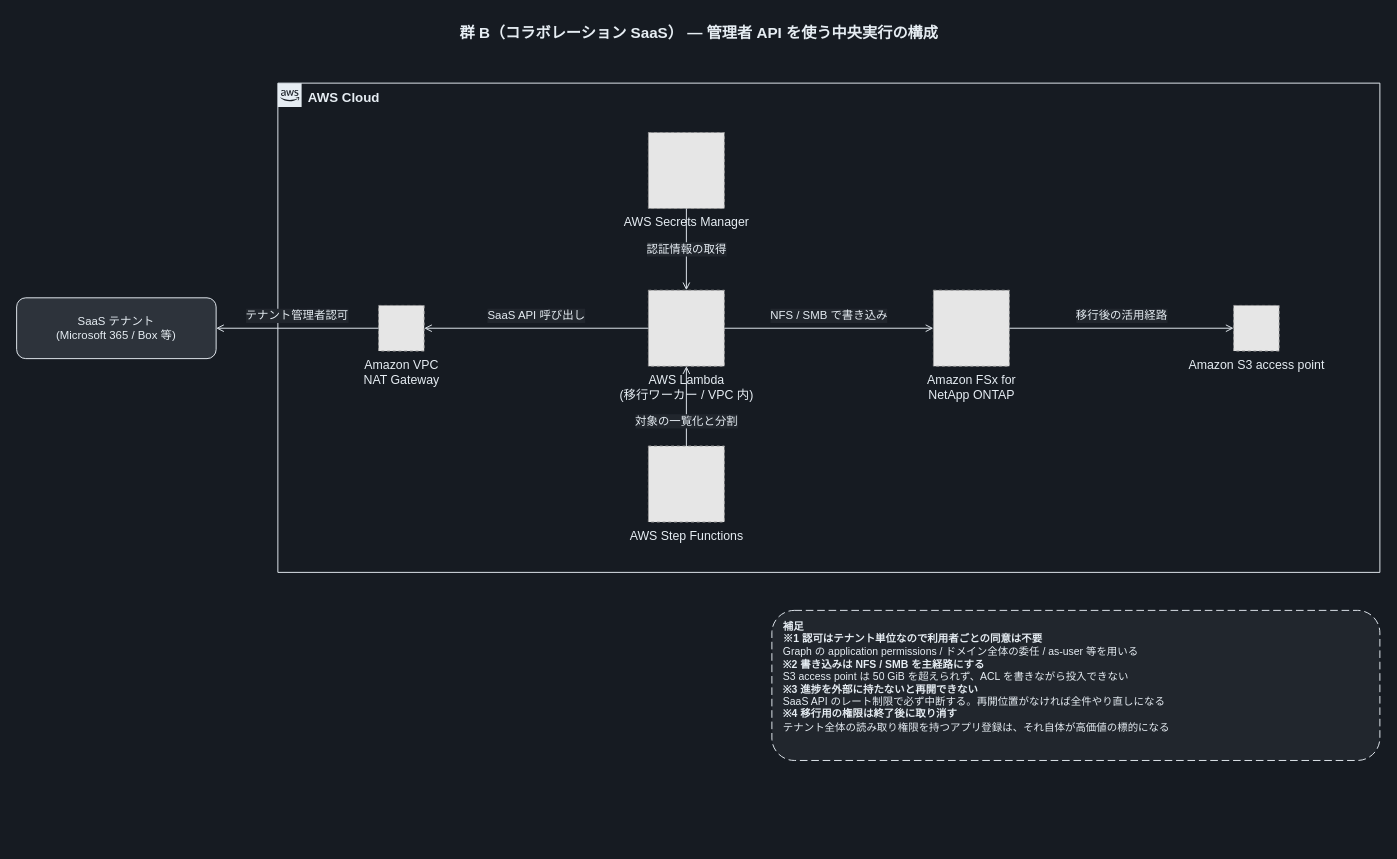
Above: docs/diagrams/dark/saas-migration-group-b-worker.drawio in Yoshiki0705/FSx-for-ONTAP-S3AccessPoints-Serverless-Patterns (draw.io), before the change. Source tidied: cells renumbered, new cells numbered last; positions are measured from the earlier drawing's top-left corner, leaving out a move shared by most shapes. Both pictures are drawn from the tidied source at 95%, with x=0, y=0 at pixel (16, 16). Pictures stored in the file or linked from it are replaced by grey dashed boxes.
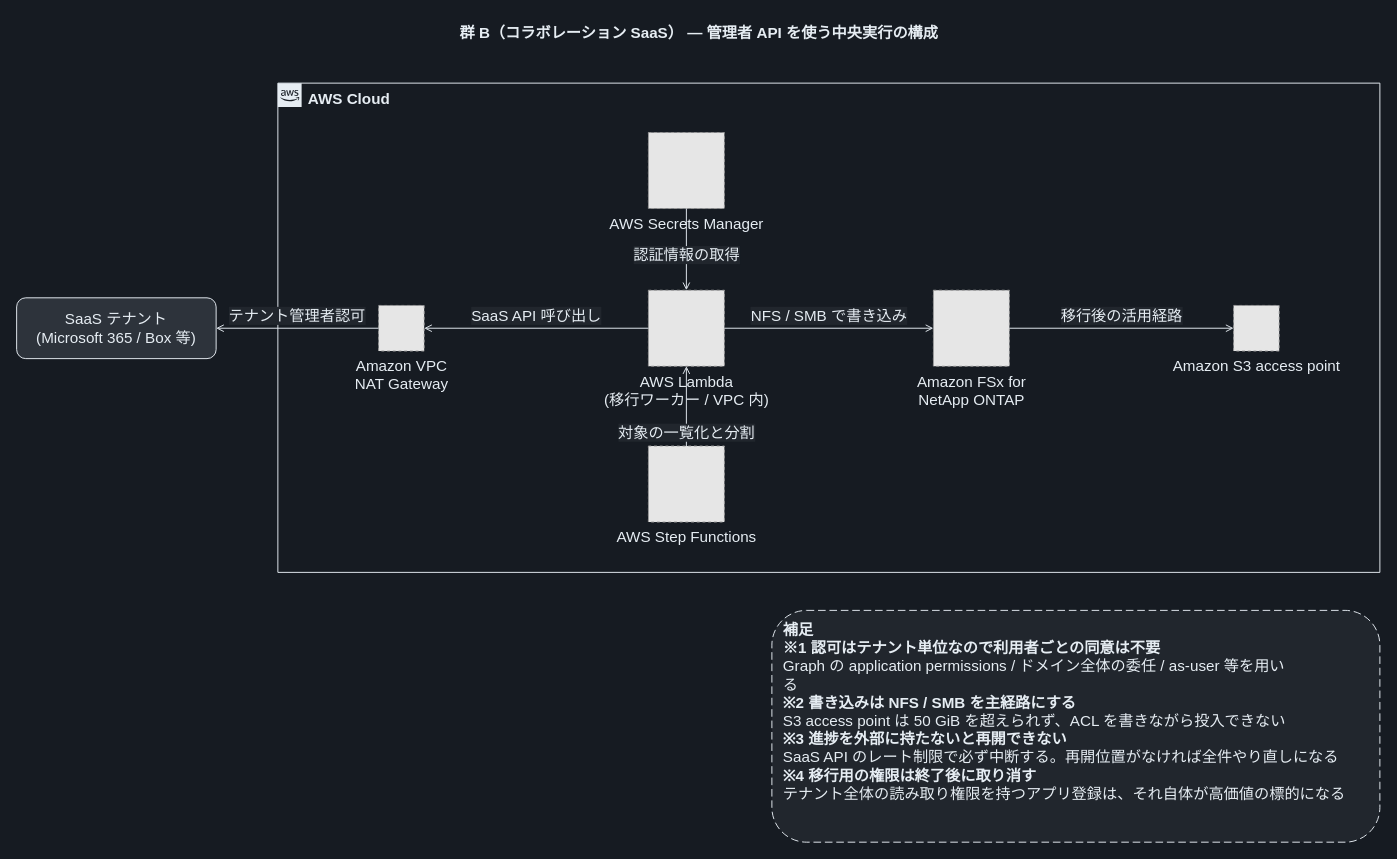
The same page after the edit.

Change to the diagram source:
```diff
@@
-    <mxCell id="3" value="AWS Cloud" style="gradientColor=none;html=1;whiteSpace=wrap;fontSize=14;fontStyle=1;shape=mxgraph.aws4.group;grIcon=mxgraph.aws4.group_aws_cloud_alt;strokeColor=#E6EDF3;fillColor=none;verticalAlign=top;align=left;spacingLeft=30;fontColor=#E6EDF3;dashed=0;" parent="1" vertex="1">
+    <mxCell id="3" value="AWS Cloud" style="gradientColor=none;html=1;whiteSpace=wrap;fontSize=16;fontStyle=1;shape=mxgraph.aws4.group;grIcon=mxgraph.aws4.group_aws_cloud_alt;strokeColor=#E6EDF3;fillColor=none;verticalAlign=top;align=left;spacingLeft=30;fontColor=#E6EDF3;dashed=0;" parent="1" vertex="1">
       <mxGeometry x="275" y="70" width="1160" height="515" as="geometry" />
     </mxCell>
-    <mxCell id="4" value="SaaS テナント&lt;br&gt;(Microsoft 365 / Box 等)" style="rounded=1;whiteSpace=wrap;html=1;dashed=0;strokeColor=#E6EDF3;fillColor=#2D333B;align=center;verticalAlign=middle;fontSize=12;fontColor=#E6EDF3;" parent="1" vertex="1">
+    <mxCell id="4" value="SaaS テナント&lt;br&gt;(Microsoft 365 / Box 等)" style="rounded=1;whiteSpace=wrap;html=1;dashed=0;strokeColor=#E6EDF3;fillColor=#2D333B;align=center;verticalAlign=middle;fontSize=16;fontColor=#E6EDF3;" parent="1" vertex="1">
       <mxGeometry y="296" width="210" height="64" as="geometry" />
     </mxCell>
-    <mxCell id="5" value="Amazon VPC&lt;br&gt;NAT Gateway" style="fillColor=#E6E6E6;strokeColor=#999999;dashed=1;html=1;verticalLabelPosition=bottom;verticalAlign=top;labelPosition=center;align=center;fontSize=13;fontColor=#E6EDF3;" parent="1" vertex="1">
+    <mxCell id="5" value="Amazon VPC&lt;br&gt;NAT Gateway" style="fillColor=#E6E6E6;strokeColor=#999999;dashed=1;html=1;verticalLabelPosition=bottom;verticalAlign=top;labelPosition=center;align=center;fontSize=16;fontColor=#E6EDF3;" parent="1" vertex="1">
       <mxGeometry x="381" y="304" width="48" height="48" as="geometry" />
     </mxCell>
-    <mxCell id="6" value="AWS Secrets Manager" style="fillColor=#E6E6E6;strokeColor=#999999;dashed=1;html=1;verticalLabelPosition=bottom;verticalAlign=top;labelPosition=center;align=center;fontSize=13;fontColor=#E6EDF3;" parent="1" vertex="1">
+    <mxCell id="6" value="AWS Secrets Manager" style="fillColor=#E6E6E6;strokeColor=#999999;dashed=1;html=1;verticalLabelPosition=bottom;verticalAlign=top;labelPosition=center;align=center;fontSize=16;fontColor=#E6EDF3;" parent="1" vertex="1">
       <mxGeometry x="665" y="122" width="80" height="80" as="geometry" />
     </mxCell>
-    <mxCell id="7" value="AWS Lambda&lt;br&gt;(移行ワーカー / VPC 内)" style="fillColor=#E6E6E6;strokeColor=#999999;dashed=1;html=1;verticalLabelPosition=bottom;verticalAlign=top;labelPosition=center;align=center;fontSize=13;fontColor=#E6EDF3;" parent="1" vertex="1">
+    <mxCell id="7" value="AWS Lambda&lt;br&gt;(移行ワーカー / VPC 内)" style="fillColor=#E6E6E6;strokeColor=#999999;dashed=1;html=1;verticalLabelPosition=bottom;verticalAlign=top;labelPosition=center;align=center;fontSize=16;fontColor=#E6EDF3;" parent="1" vertex="1">
       <mxGeometry x="665" y="288" width="80" height="80" as="geometry" />
     </mxCell>
-    <mxCell id="8" value="AWS Step Functions" style="fillColor=#E6E6E6;strokeColor=#999999;dashed=1;html=1;verticalLabelPosition=bottom;verticalAlign=top;labelPosition=center;align=center;fontSize=13;fontColor=#E6EDF3;" parent="1" vertex="1">
+    <mxCell id="8" value="AWS Step Functions" style="fillColor=#E6E6E6;strokeColor=#999999;dashed=1;html=1;verticalLabelPosition=bottom;verticalAlign=top;labelPosition=center;align=center;fontSize=16;fontColor=#E6EDF3;" parent="1" vertex="1">
       <mxGeometry x="665" y="452" width="80" height="80" as="geometry" />
     </mxCell>
-    <mxCell id="9" value="Amazon FSx for&lt;br&gt;NetApp ONTAP" style="fillColor=#E6E6E6;strokeColor=#999999;dashed=1;html=1;verticalLabelPosition=bottom;verticalAlign=top;labelPosition=center;align=center;fontSize=13;fontColor=#E6EDF3;" parent="1" vertex="1">
+    <mxCell id="9" value="Amazon FSx for&lt;br&gt;NetApp ONTAP" style="fillColor=#E6E6E6;strokeColor=#999999;dashed=1;html=1;verticalLabelPosition=bottom;verticalAlign=top;labelPosition=center;align=center;fontSize=16;fontColor=#E6EDF3;" parent="1" vertex="1">
       <mxGeometry x="965" y="288" width="80" height="80" as="geometry" />
     </mxCell>
-    <mxCell id="10" value="Amazon S3 access point" style="fillColor=#E6E6E6;strokeColor=#999999;dashed=1;html=1;verticalLabelPosition=bottom;verticalAlign=top;labelPosition=center;align=center;fontSize=13;fontColor=#E6EDF3;" parent="1" vertex="1">
+    <mxCell id="10" value="Amazon S3 access point" style="fillColor=#E6E6E6;strokeColor=#999999;dashed=1;html=1;verticalLabelPosition=bottom;verticalAlign=top;labelPosition=center;align=center;fontSize=16;fontColor=#E6EDF3;" parent="1" vertex="1">
       <mxGeometry x="1281" y="304" width="48" height="48" as="geometry" />
     </mxCell>
-    <mxCell id="11" value="SaaS API 呼び出し" style="edgeStyle=orthogonalEdgeStyle;rounded=0;jettySize=auto;html=1;endArrow=open;endFill=0;strokeColor=#E6EDF3;strokeWidth=1;fontSize=12;fontColor=#E6EDF3;labelBackgroundColor=#21262D;" parent="1" edge="1" source="7" target="5">
+    <mxCell id="11" value="SaaS API 呼び出し" style="edgeStyle=orthogonalEdgeStyle;rounded=0;jettySize=auto;html=1;endArrow=open;endFill=0;strokeColor=#E6EDF3;strokeWidth=1;fontSize=16;fontColor=#E6EDF3;labelBackgroundColor=#21262D;" parent="1" edge="1" source="7" target="5">
       <mxGeometry relative="1" as="geometry">
         <mxPoint y="-13" as="offset" />
       </mxGeometry>
     </mxCell>
-    <mxCell id="12" value="テナント管理者認可" style="edgeStyle=orthogonalEdgeStyle;rounded=0;jettySize=auto;html=1;endArrow=open;endFill=0;strokeColor=#E6EDF3;strokeWidth=1;fontSize=12;fontColor=#E6EDF3;labelBackgroundColor=#21262D;" parent="1" edge="1" source="5" target="4">
+    <mxCell id="12" value="テナント管理者認可" style="edgeStyle=orthogonalEdgeStyle;rounded=0;jettySize=auto;html=1;endArrow=open;endFill=0;strokeColor=#E6EDF3;strokeWidth=1;fontSize=16;fontColor=#E6EDF3;labelBackgroundColor=#21262D;" parent="1" edge="1" source="5" target="4">
       <mxGeometry relative="1" as="geometry">
         <mxPoint y="-13" as="offset" />
       </mxGeometry>
     </mxCell>
-    <mxCell id="13" value="認証情報の取得" style="edgeStyle=orthogonalEdgeStyle;rounded=0;jettySize=auto;html=1;endArrow=open;endFill=0;strokeColor=#E6EDF3;strokeWidth=1;fontSize=12;fontColor=#E6EDF3;labelBackgroundColor=#21262D;" parent="1" edge="1" source="6" target="7">
-      <mxGeometry relative="1" as="geometry" />
+    <mxCell id="13" value="認証情報の取得" style="edgeStyle=orthogonalEdgeStyle;rounded=0;jettySize=auto;html=1;endArrow=open;endFill=0;strokeColor=#E6EDF3;strokeWidth=1;fontSize=16;fontColor=#E6EDF3;labelBackgroundColor=#21262D;" parent="1" edge="1" source="6" target="7">
+      <mxGeometry relative="1" as="geometry">
+        <mxPoint y="6" as="offset" />
+      </mxGeometry>
     </mxCell>
-    <mxCell id="14" value="対象の一覧化と分割" style="edgeStyle=orthogonalEdgeStyle;rounded=0;jettySize=auto;html=1;endArrow=open;endFill=0;strokeColor=#E6EDF3;strokeWidth=1;fontSize=12;fontColor=#E6EDF3;labelBackgroundColor=#21262D;" parent="1" edge="1" source="8" target="7">
+    <mxCell id="14" value="対象の一覧化と分割" style="edgeStyle=orthogonalEdgeStyle;rounded=0;jettySize=auto;html=1;endArrow=open;endFill=0;strokeColor=#E6EDF3;strokeWidth=1;fontSize=16;fontColor=#E6EDF3;labelBackgroundColor=#21262D;" parent="1" edge="1" source="8" target="7">
       <mxGeometry relative="1" as="geometry">
-        <mxPoint y="16" as="offset" />
+        <mxPoint y="28" as="offset" />
       </mxGeometry>
     </mxCell>
-    <mxCell id="15" value="NFS / SMB で書き込み" style="edgeStyle=orthogonalEdgeStyle;rounded=0;jettySize=auto;html=1;endArrow=open;endFill=0;strokeColor=#E6EDF3;strokeWidth=1;fontSize=12;fontColor=#E6EDF3;labelBackgroundColor=#21262D;" parent="1" edge="1" source="7" target="9">
+    <mxCell id="15" value="NFS / SMB で書き込み" style="edgeStyle=orthogonalEdgeStyle;rounded=0;jettySize=auto;html=1;endArrow=open;endFill=0;strokeColor=#E6EDF3;strokeWidth=1;fontSize=16;fontColor=#E6EDF3;labelBackgroundColor=#21262D;" parent="1" edge="1" source="7" target="9">
       <mxGeometry relative="1" as="geometry">
         <mxPoint y="-13" as="offset" />
       </mxGeometry>
     </mxCell>
-    <mxCell id="16" value="移行後の活用経路" style="edgeStyle=orthogonalEdgeStyle;rounded=0;jettySize=auto;html=1;endArrow=open;endFill=0;strokeColor=#E6EDF3;strokeWidth=1;fontSize=12;fontColor=#E6EDF3;labelBackgroundColor=#21262D;" parent="1" edge="1" source="9" target="10">
+    <mxCell id="16" value="移行後の活用経路" style="edgeStyle=orthogonalEdgeStyle;rounded=0;jettySize=auto;html=1;endArrow=open;endFill=0;strokeColor=#E6EDF3;strokeWidth=1;fontSize=16;fontColor=#E6EDF3;labelBackgroundColor=#21262D;" parent="1" edge="1" source="9" target="10">
       <mxGeometry relative="1" as="geometry">
         <mxPoint y="-13" as="offset" />
       </mxGeometry>
     </mxCell>
-    <mxCell id="17" value="&lt;b&gt;補足&lt;/b&gt;&lt;br&gt;&lt;b&gt;※1 認可はテナント単位なので利用者ごとの同意は不要&lt;/b&gt;&lt;br&gt;Graph の application permissions / ドメイン全体の委任 / as-user 等を用いる&lt;br&gt;&lt;b&gt;※2 書き込みは NFS / SMB を主経路にする&lt;/b&gt;&lt;br&gt;S3 access point は 50 GiB を超えられず、ACL を書きながら投入できない&lt;br&gt;&lt;b&gt;※3 進捗を外部に持たないと再開できない&lt;/b&gt;&lt;br&gt;SaaS API のレート制限で必ず中断する。再開位置がなければ全件やり直しになる&lt;br&gt;&lt;b&gt;※4 移行用の権限は終了後に取り消す&lt;/b&gt;&lt;br&gt;テナント全体の読み取り権限を持つアプリ登録は、それ自体が高価値の標的になる" style="rounded=1;whiteSpace=wrap;html=1;dashed=1;dashPattern=8 4;strokeColor=#E6EDF3;fillColor=#21262D;align=left;verticalAlign=top;spacingLeft=10;spacingTop=4;fontSize=11;fontColor=#E6EDF3;" parent="1" vertex="1">
-      <mxGeometry x="795" y="625" width="640" height="158" as="geometry" />
+    <mxCell id="17" value="&lt;b&gt;補足&lt;/b&gt;&lt;br&gt;&lt;b&gt;※1 認可はテナント単位なので利用者ごとの同意は不要&lt;/b&gt;&lt;br&gt;Graph の application permissions / ドメイン全体の委任 / as-user 等を用い&lt;br&gt;る&lt;br&gt;&lt;b&gt;※2 書き込みは NFS / SMB を主経路にする&lt;/b&gt;&lt;br&gt;S3 access point は 50 GiB を超えられず、ACL を書きながら投入できない&lt;br&gt;&lt;b&gt;※3 進捗を外部に持たないと再開できない&lt;/b&gt;&lt;br&gt;SaaS API のレート制限で必ず中断する。再開位置がなければ全件やり直しになる&lt;br&gt;&lt;b&gt;※4 移行用の権限は終了後に取り消す&lt;/b&gt;&lt;br&gt;テナント全体の読み取り権限を持つアプリ登録は、それ自体が高価値の標的になる" style="rounded=1;whiteSpace=wrap;html=1;dashed=1;dashPattern=8 4;strokeColor=#E6EDF3;fillColor=#21262D;align=left;verticalAlign=top;spacingLeft=10;spacingTop=4;fontSize=16;fontColor=#E6EDF3;" parent="1" vertex="1">
+      <mxGeometry x="795" y="625" width="640" height="244" as="geometry" />
     </mxCell>
```
